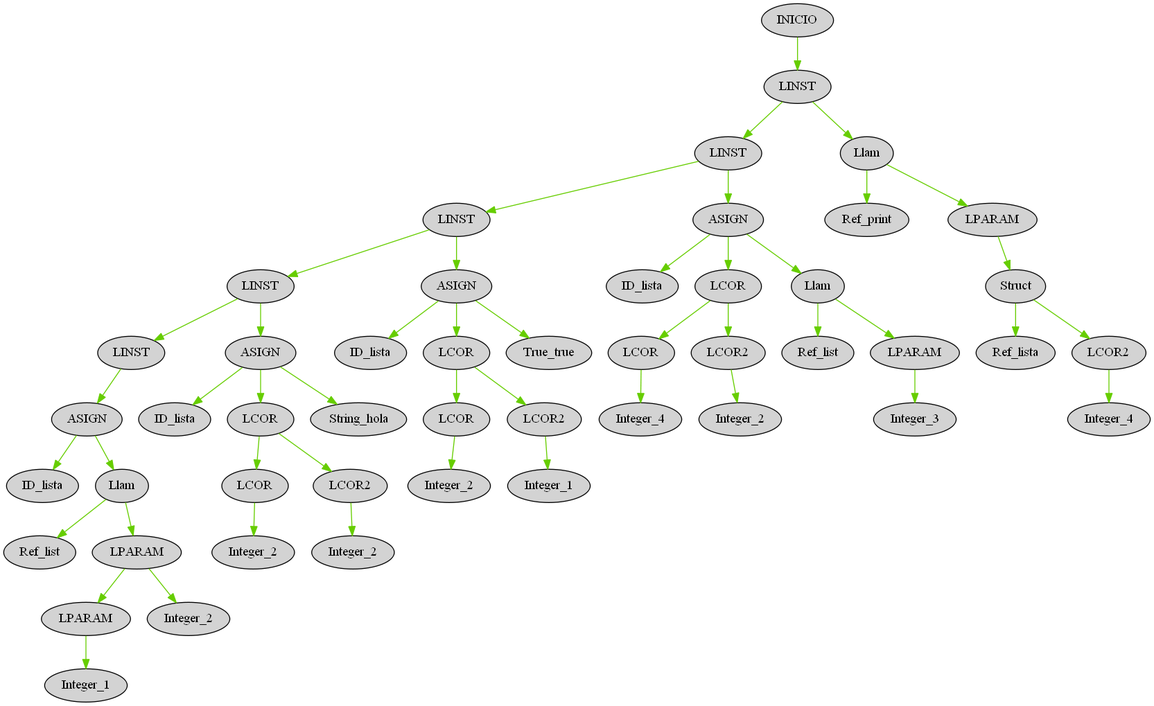
Before: OLC2P12020/AST_proyecto.png, a diagram exported from Graphviz (ElmerAlay/OLC21P2020). Its source is kept beside it as OLC2P12020/AST_proyecto.dot.
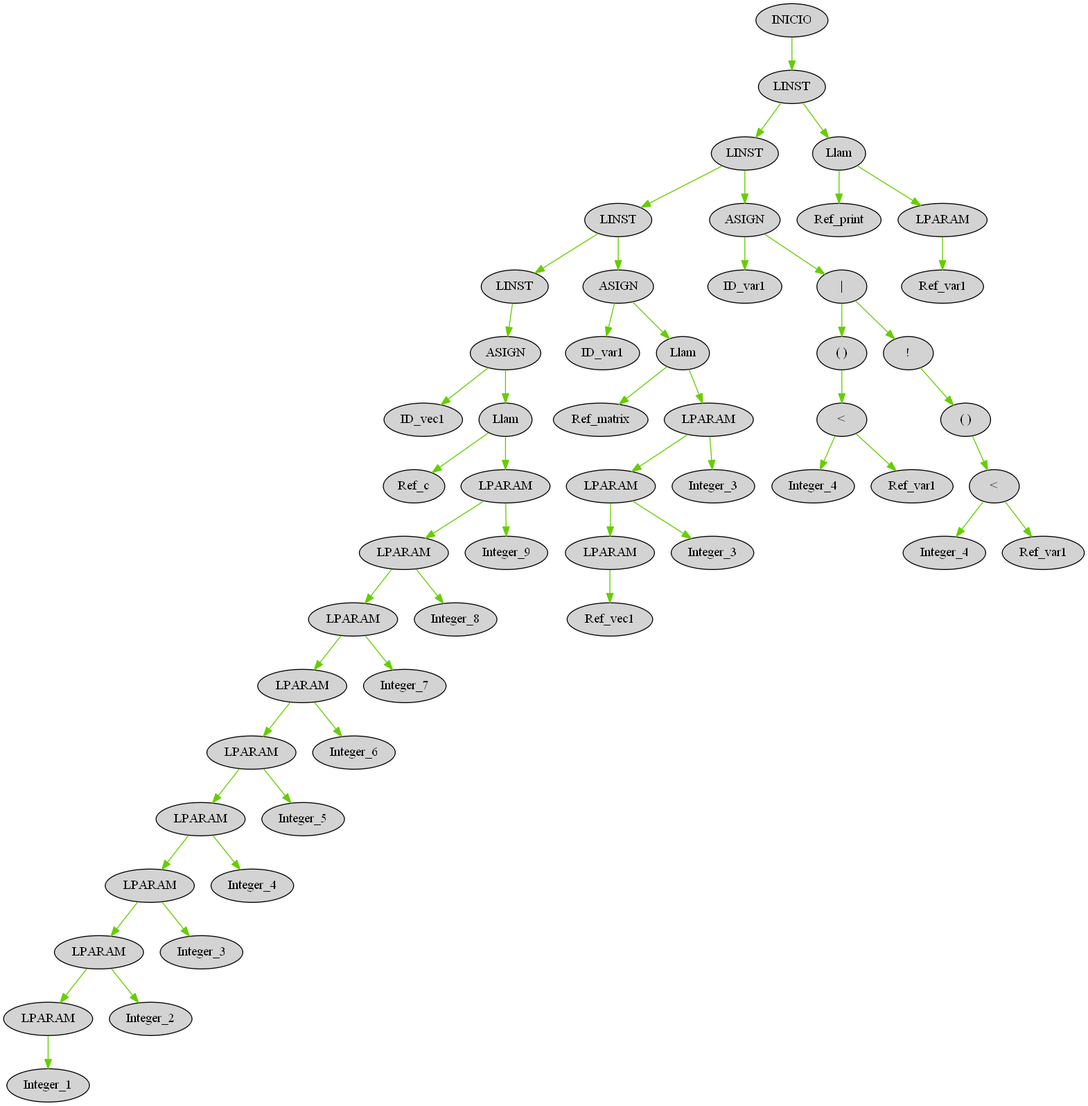
The same diagram one commit later.

What changed in the source:
```diff
@@ -1,145 +1,160 @@
 digraph G { node[shape=oval, style=filled, collor=coral]; edge[color=chartreuse3]; rankdir=UD
 
-"47" [label="INICIO"]
-"46" [label="LINST"]
-"47" -> "46"
-"46" [label="LINST"]
-"38" [label="LINST"]
-"46" -> "38"
-"38" [label="LINST"]
-"26" [label="LINST"]
-"38" -> "26"
-"26" [label="LINST"]
-"17" [label="LINST"]
-"26" -> "17"
-"17" [label="LINST"]
-"8" [label="LINST"]
-"17" -> "8"
-"8" [label="LINST"]
-"7" [label="ASIGN"]
-"8" -> "7"
-"7" [label="ASIGN"]
-"6" [label="ID_lista"]
-"7" -> "6"
-"7" [label="ASIGN"]
-"5" [label="Llam"]
-"7" -> "5"
-"5" [label="Llam"]
-"4" [label="Ref_list"]
-"5" -> "4"
-"5" [label="Llam"]
-"3" [label="LPARAM"]
-"5" -> "3"
-"3" [label="LPARAM"]
-"1" [label="LPARAM"]
-"3" -> "1"
-"1" [label="LPARAM"]
-"0" [label="Integer_1"]
-"1" -> "0"
-"3" [label="LPARAM"]
-"2" [label="Integer_2"]
-"3" -> "2"
-"17" [label="LINST"]
-"16" [label="ASIGN"]
-"17" -> "16"
-"16" [label="ASIGN"]
-"15" [label="ID_lista"]
-"16" -> "15"
-"16" [label="ASIGN"]
-"13" [label="LCOR"]
-"16" -> "13"
-"13" [label="LCOR"]
-"10" [label="LCOR"]
-"13" -> "10"
-"10" [label="LCOR"]
-"9" [label="Integer_2"]
-"10" -> "9"
-"13" [label="LCOR"]
-"12" [label="LCOR2"]
-"13" -> "12"
-"12" [label="LCOR2"]
-"11" [label="Integer_2"]
-"12" -> "11"
-"16" [label="ASIGN"]
-"14" [label="String_hola"]
-"16" -> "14"
-"26" [label="LINST"]
-"25" [label="ASIGN"]
-"26" -> "25"
-"25" [label="ASIGN"]
-"24" [label="ID_lista"]
-"25" -> "24"
-"25" [label="ASIGN"]
-"22" [label="LCOR"]
-"25" -> "22"
-"22" [label="LCOR"]
-"19" [label="LCOR"]
-"22" -> "19"
-"19" [label="LCOR"]
-"18" [label="Integer_2"]
-"19" -> "18"
-"22" [label="LCOR"]
-"21" [label="LCOR2"]
-"22" -> "21"
-"21" [label="LCOR2"]
-"20" [label="Integer_1"]
-"21" -> "20"
-"25" [label="ASIGN"]
-"23" [label="True_true"]
-"25" -> "23"
-"38" [label="LINST"]
-"37" [label="ASIGN"]
-"38" -> "37"
-"37" [label="ASIGN"]
-"36" [label="ID_lista"]
-"37" -> "36"
-"37" [label="ASIGN"]
-"31" [label="LCOR"]
-"37" -> "31"
-"31" [label="LCOR"]
-"28" [label="LCOR"]
-"31" -> "28"
-"28" [label="LCOR"]
-"27" [label="Integer_4"]
-"28" -> "27"
-"31" [label="LCOR"]
-"30" [label="LCOR2"]
-"31" -> "30"
-"30" [label="LCOR2"]
-"29" [label="Integer_2"]
-"30" -> "29"
-"37" [label="ASIGN"]
-"35" [label="Llam"]
-"37" -> "35"
-"35" [label="Llam"]
-"34" [label="Ref_list"]
-"35" -> "34"
-"35" [label="Llam"]
-"33" [label="LPARAM"]
-"35" -> "33"
-"33" [label="LPARAM"]
-"32" [label="Integer_3"]
-"33" -> "32"
-"46" [label="LINST"]
-"45" [label="Llam"]
-"46" -> "45"
-"45" [label="Llam"]
-"44" [label="Ref_print"]
-"45" -> "44"
-"45" [label="Llam"]
-"43" [label="LPARAM"]
-"45" -> "43"
-"43" [label="LPARAM"]
-"42" [label="Struct"]
-"43" -> "42"
-"42" [label="Struct"]
-"41" [label="Ref_lista"]
-"42" -> "41"
-"42" [label="Struct"]
-"40" [label="LCOR2"]
-"42" -> "40"
-"40" [label="LCOR2"]
-"39" [label="Integer_4"]
-"40" -> "39"
+"156" [label="INICIO"]
+"155" [label="LINST"]
+"156" -> "155"
+"155" [label="LINST"]
+"150" [label="LINST"]
+"155" -> "150"
+"150" [label="LINST"]
+"137" [label="LINST"]
+"150" -> "137"
+"137" [label="LINST"]
+"126" [label="LINST"]
+"137" -> "126"
+"126" [label="LINST"]
+"125" [label="ASIGN"]
+"126" -> "125"
+"125" [label="ASIGN"]
+"124" [label="ID_vec1"]
+"125" -> "124"
+"125" [label="ASIGN"]
+"123" [label="Llam"]
+"125" -> "123"
+"123" [label="Llam"]
+"122" [label="Ref_c"]
+"123" -> "122"
+"123" [label="Llam"]
+"121" [label="LPARAM"]
+"123" -> "121"
+"121" [label="LPARAM"]
+"119" [label="LPARAM"]
+"121" -> "119"
+"119" [label="LPARAM"]
+"117" [label="LPARAM"]
+"119" -> "117"
+"117" [label="LPARAM"]
+"115" [label="LPARAM"]
+"117" -> "115"
+"115" [label="LPARAM"]
+"113" [label="LPARAM"]
+"115" -> "113"
+"113" [label="LPARAM"]
+"111" [label="LPARAM"]
+"113" -> "111"
+"111" [label="LPARAM"]
+"109" [label="LPARAM"]
+"111" -> "109"
+"109" [label="LPARAM"]
+"107" [label="LPARAM"]
+"109" -> "107"
+"107" [label="LPARAM"]
+"105" [label="LPARAM"]
+"107" -> "105"
+"105" [label="LPARAM"]
+"104" [label="Integer_1"]
+"105" -> "104"
+"107" [label="LPARAM"]
+"106" [label="Integer_2"]
+"107" -> "106"
+"109" [label="LPARAM"]
+"108" [label="Integer_3"]
+"109" -> "108"
+"111" [label="LPARAM"]
+"110" [label="Integer_4"]
+"111" -> "110"
+"113" [label="LPARAM"]
+"112" [label="Integer_5"]
+"113" -> "112"
+"115" [label="LPARAM"]
+"114" [label="Integer_6"]
+"115" -> "114"
+"117" [label="LPARAM"]
+"116" [label="Integer_7"]
+"117" -> "116"
+"119" [label="LPARAM"]
+"118" [label="Integer_8"]
+"119" -> "118"
+"121" [label="LPARAM"]
+"120" [label="Integer_9"]
+"121" -> "120"
+"137" [label="LINST"]
+"136" [label="ASIGN"]
+"137" -> "136"
+"136" [label="ASIGN"]
+"135" [label="ID_var1"]
+"136" -> "135"
+"136" [label="ASIGN"]
+"134" [label="Llam"]
+"136" -> "134"
+"134" [label="Llam"]
+"133" [label="Ref_matrix"]
+"134" -> "133"
+"134" [label="Llam"]
+"132" [label="LPARAM"]
+"134" -> "132"
+"132" [label="LPARAM"]
+"130" [label="LPARAM"]
+"132" -> "130"
+"130" [label="LPARAM"]
+"128" [label="LPARAM"]
+"130" -> "128"
+"128" [label="LPARAM"]
+"127" [label="Ref_vec1"]
+"128" -> "127"
+"130" [label="LPARAM"]
+"129" [label="Integer_3"]
+"130" -> "129"
+"132" [label="LPARAM"]
+"131" [label="Integer_3"]
+"132" -> "131"
+"150" [label="LINST"]
+"149" [label="ASIGN"]
+"150" -> "149"
+"149" [label="ASIGN"]
+"148" [label="ID_var1"]
+"149" -> "148"
+"149" [label="ASIGN"]
+"147" [label="|"]
+"149" -> "147"
+"147" [label="|"]
+"141" [label="( )"]
+"147" -> "141"
+"141" [label="( )"]
+"140" [label="<"]
+"141" -> "140"
+"140" [label="<"]
+"138" [label="Integer_4"]
+"140" -> "138"
+"140" [label="<"]
+"139" [label="Ref_var1"]
+"140" -> "139"
+"147" [label="|"]
+"146" [label="!"]
+"147" -> "146"
+"146" [label="!"]
+"145" [label="( )"]
+"146" -> "145"
+"145" [label="( )"]
+"144" [label="<"]
+"145" -> "144"
+"144" [label="<"]
+"142" [label="Integer_4"]
+"144" -> "142"
+"144" [label="<"]
+"143" [label="Ref_var1"]
+"144" -> "143"
+"155" [label="LINST"]
+"154" [label="Llam"]
+"155" -> "154"
+"154" [label="Llam"]
+"153" [label="Ref_print"]
+"154" -> "153"
+"154" [label="Llam"]
+"152" [label="LPARAM"]
+"154" -> "152"
+"152" [label="LPARAM"]
+"151" [label="Ref_var1"]
+"152" -> "151"
 
 }
```
